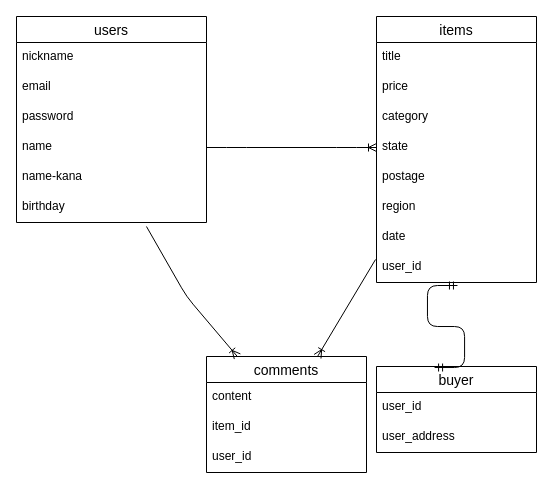
The draw.io diagram test.dio in obakaito05/furima-39126, before the edit. Source tidied: cells renumbered, new cells numbered last; positions are measured from the earlier drawing's top-left corner, leaving out a move shared by most shapes. Both pictures are drawn from the tidied source at 100%, with x=0, y=0 at pixel (16, 16).
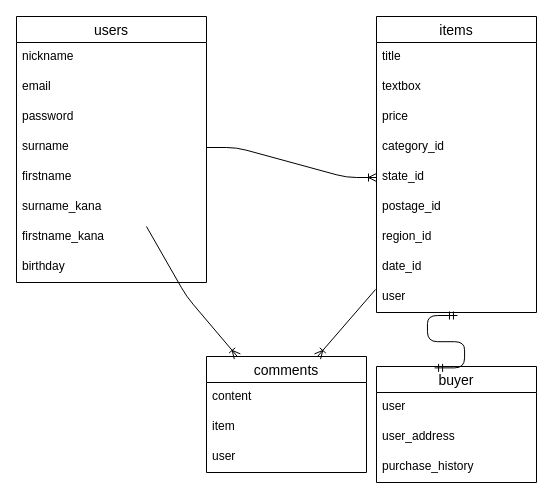
The same page after the edit.

Commit message (it also covers changes not shown here):
データベース設計の修正

Unchanged cells that the change refers to:
```xml
<mxCell id="18" value="comments" style="swimlane;fontStyle=0;horizontal=1;startSize=26;align=center;fontSize=14;" parent="1" vertex="1">
  <mxGeometry x="190" y="340" width="160" height="116" as="geometry" />
</mxCell>
```

Change to the diagram source:
```diff
@@
     <mxCell id="2" value="users" style="swimlane;fontStyle=0;horizontal=1;startSize=26;align=center;fontSize=14;" parent="1" vertex="1">
-      <mxGeometry width="190" height="206" as="geometry" />
+      <mxGeometry width="190" height="266" as="geometry" />
     </mxCell>
@@
-    <mxCell id="6" value="name" style="text;strokeColor=none;fillColor=none;spacingLeft=4;spacingRight=4;overflow=hidden;points=[[0,0.5],[1,0.5]];portConstraint=eastwest;fontSize=12;" parent="2" vertex="1">
+    <mxCell id="6" value="surname" style="text;strokeColor=none;fillColor=none;spacingLeft=4;spacingRight=4;overflow=hidden;points=[[0,0.5],[1,0.5]];portConstraint=eastwest;fontSize=12;" parent="2" vertex="1">
       <mxGeometry y="116" width="190" height="30" as="geometry" />
     </mxCell>
-    <mxCell id="7" value="name-kana" style="text;strokeColor=none;fillColor=none;spacingLeft=4;spacingRight=4;overflow=hidden;fontSize=12;" parent="2" vertex="1">
+    <mxCell id="7" value="firstname" style="text;strokeColor=none;fillColor=none;spacingLeft=4;spacingRight=4;overflow=hidden;fontSize=12;" parent="2" vertex="1">
       <mxGeometry y="146" width="190" height="30" as="geometry" />
     </mxCell>
-    <mxCell id="8" value="birthday" style="text;strokeColor=none;fillColor=none;spacingLeft=4;spacingRight=4;overflow=hidden;points=[[0,0.5],[1,0.5]];portConstraint=eastwest;fontSize=12;" parent="2" vertex="1">
+    <mxCell id="8" value="surname_kana" style="text;strokeColor=none;fillColor=none;spacingLeft=4;spacingRight=4;overflow=hidden;points=[[0,0.5],[1,0.5]];portConstraint=eastwest;fontSize=12;" parent="2" vertex="1">
       <mxGeometry y="176" width="190" height="30" as="geometry" />
     </mxCell>
+    <mxCell id="29" value="firstname_kana" style="text;strokeColor=none;fillColor=none;spacingLeft=4;spacingRight=4;overflow=hidden;fontSize=12;" parent="2" vertex="1">
+      <mxGeometry y="206" width="190" height="30" as="geometry" />
+    </mxCell>
+    <mxCell id="30" value="birthday" style="text;strokeColor=none;fillColor=none;spacingLeft=4;spacingRight=4;overflow=hidden;fontSize=12;" parent="2" vertex="1">
+      <mxGeometry y="236" width="190" height="30" as="geometry" />
+    </mxCell>
     <mxCell id="9" value="items" style="swimlane;fontStyle=0;horizontal=1;startSize=26;align=center;fontSize=14;" parent="1" vertex="1">
-      <mxGeometry x="360" width="160" height="266" as="geometry" />
+      <mxGeometry x="360" width="160" height="296" as="geometry" />
     </mxCell>
@@
+    <mxCell id="31" value="textbox" style="text;strokeColor=none;fillColor=none;spacingLeft=4;spacingRight=4;overflow=hidden;fontSize=12;" parent="9" vertex="1">
+      <mxGeometry y="56" width="160" height="30" as="geometry" />
+    </mxCell>
     <mxCell id="11" value="price" style="text;strokeColor=none;fillColor=none;spacingLeft=4;spacingRight=4;overflow=hidden;fontSize=12;" parent="9" vertex="1">
-      <mxGeometry y="56" width="160" height="30" as="geometry" />
+      <mxGeometry y="86" width="160" height="30" as="geometry" />
     </mxCell>
-    <mxCell id="12" value="category " style="text;strokeColor=none;fillColor=none;spacingLeft=4;spacingRight=4;overflow=hidden;fontSize=12;" parent="9" vertex="1">
-      <mxGeometry y="86" width="160" height="30" as="geometry" />
+    <mxCell id="12" value="category_id " style="text;strokeColor=none;fillColor=none;spacingLeft=4;spacingRight=4;overflow=hidden;fontSize=12;" parent="9" vertex="1">
+      <mxGeometry y="116" width="160" height="30" as="geometry" />
     </mxCell>
-    <mxCell id="13" value="state" style="text;strokeColor=none;fillColor=none;spacingLeft=4;spacingRight=4;overflow=hidden;points=[[0,0.5],[1,0.5]];portConstraint=eastwest;fontSize=12;" parent="9" vertex="1">
-      <mxGeometry y="116" width="160" height="30" as="geometry" />
+    <mxCell id="13" value="state_id" style="text;strokeColor=none;fillColor=none;spacingLeft=4;spacingRight=4;overflow=hidden;points=[[0,0.5],[1,0.5]];portConstraint=eastwest;fontSize=12;" parent="9" vertex="1">
+      <mxGeometry y="146" width="160" height="30" as="geometry" />
     </mxCell>
-    <mxCell id="14" value="postage" style="text;strokeColor=none;fillColor=none;spacingLeft=4;spacingRight=4;overflow=hidden;fontSize=12;" parent="9" vertex="1">
-      <mxGeometry y="146" width="160" height="30" as="geometry" />
+    <mxCell id="14" value="postage_id" style="text;strokeColor=none;fillColor=none;spacingLeft=4;spacingRight=4;overflow=hidden;fontSize=12;" parent="9" vertex="1">
+      <mxGeometry y="176" width="160" height="30" as="geometry" />
     </mxCell>
-    <mxCell id="15" value="region" style="text;strokeColor=none;fillColor=none;spacingLeft=4;spacingRight=4;overflow=hidden;fontSize=12;" parent="9" vertex="1">
-      <mxGeometry y="176" width="160" height="30" as="geometry" />
+    <mxCell id="15" value="region_id" style="text;strokeColor=none;fillColor=none;spacingLeft=4;spacingRight=4;overflow=hidden;fontSize=12;" parent="9" vertex="1">
+      <mxGeometry y="206" width="160" height="30" as="geometry" />
     </mxCell>
-    <mxCell id="16" value="date" style="text;strokeColor=none;fillColor=none;spacingLeft=4;spacingRight=4;overflow=hidden;fontSize=12;" parent="9" vertex="1">
-      <mxGeometry y="206" width="160" height="30" as="geometry" />
+    <mxCell id="16" value="date_id" style="text;strokeColor=none;fillColor=none;spacingLeft=4;spacingRight=4;overflow=hidden;fontSize=12;" parent="9" vertex="1">
+      <mxGeometry y="236" width="160" height="30" as="geometry" />
     </mxCell>
-    <mxCell id="17" value="user_id" style="text;strokeColor=none;fillColor=none;spacingLeft=4;spacingRight=4;overflow=hidden;points=[[0,0.5],[1,0.5]];portConstraint=eastwest;fontSize=12;" parent="9" vertex="1">
-      <mxGeometry y="236" width="160" height="30" as="geometry" />
+    <mxCell id="17" value="user" style="text;strokeColor=none;fillColor=none;spacingLeft=4;spacingRight=4;overflow=hidden;points=[[0,0.5],[1,0.5]];portConstraint=eastwest;fontSize=12;" parent="9" vertex="1">
+      <mxGeometry y="266" width="160" height="30" as="geometry" />
     </mxCell>
@@
-    <mxCell id="20" value="item_id" style="text;strokeColor=none;fillColor=none;spacingLeft=4;spacingRight=4;overflow=hidden;fontSize=12;" parent="18" vertex="1">
+    <mxCell id="20" value="item" style="text;strokeColor=none;fillColor=none;spacingLeft=4;spacingRight=4;overflow=hidden;fontSize=12;" parent="18" vertex="1">
       <mxGeometry y="56" width="160" height="30" as="geometry" />
     </mxCell>
-    <mxCell id="21" value="user_id" style="text;strokeColor=none;fillColor=none;spacingLeft=4;spacingRight=4;overflow=hidden;fontSize=12;" parent="18" vertex="1">
+    <mxCell id="21" value="user" style="text;strokeColor=none;fillColor=none;spacingLeft=4;spacingRight=4;overflow=hidden;fontSize=12;" parent="18" vertex="1">
       <mxGeometry y="86" width="160" height="30" as="geometry" />
     </mxCell>
     <mxCell id="22" value="buyer" style="swimlane;fontStyle=0;horizontal=1;startSize=26;align=center;fontSize=14;" parent="1" vertex="1">
-      <mxGeometry x="360" y="350" width="160" height="86" as="geometry" />
+      <mxGeometry x="360" y="350" width="160" height="116" as="geometry" />
     </mxCell>
-    <mxCell id="23" value="user_id" style="text;strokeColor=none;fillColor=none;spacingLeft=4;spacingRight=4;overflow=hidden;fontSize=12;" parent="22" vertex="1">
+    <mxCell id="23" value="user" style="text;strokeColor=none;fillColor=none;spacingLeft=4;spacingRight=4;overflow=hidden;fontSize=12;" parent="22" vertex="1">
       <mxGeometry y="26" width="160" height="30" as="geometry" />
     </mxCell>
@@
+    <mxCell id="32" value="purchase_history" style="text;strokeColor=none;fillColor=none;spacingLeft=4;spacingRight=4;overflow=hidden;fontSize=12;" parent="22" vertex="1">
+      <mxGeometry y="86" width="160" height="30" as="geometry" />
+    </mxCell>
```
